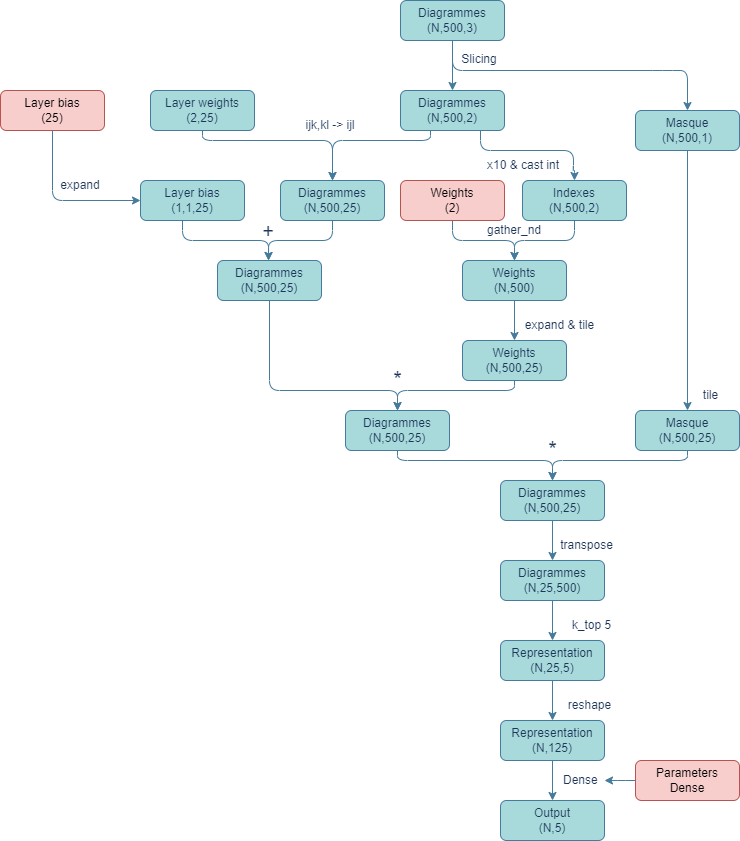
This is images/perslayModelOrbits.png from florandefossez/TDA_project, a draw.io export, as it was before one commit. Source tidied: cells renumbered, new cells last; positions are measured from the earlier drawing's top-left corner, leaving out a move shared by most shapes.
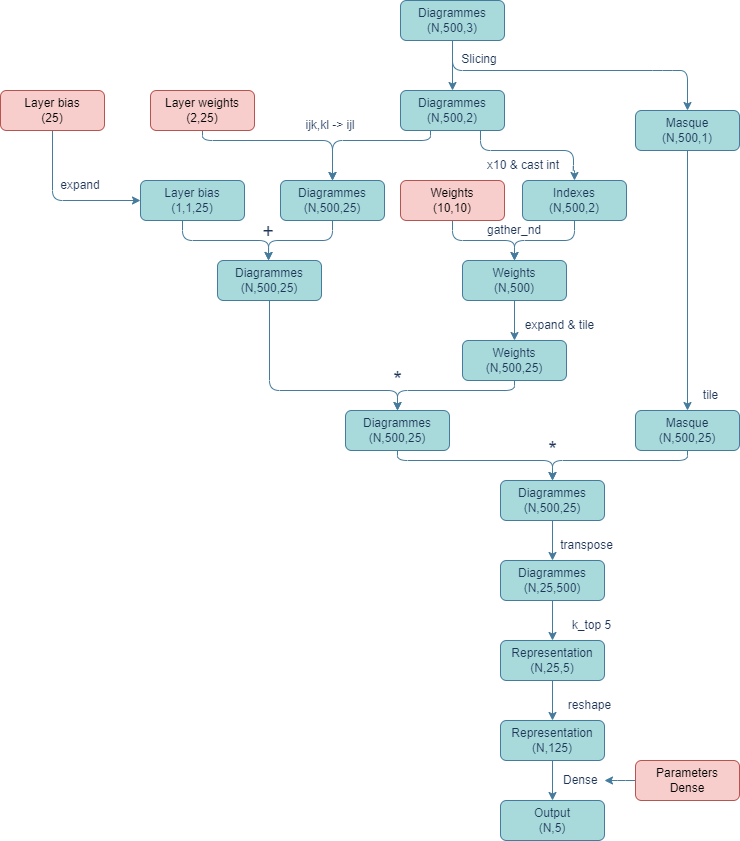
Above is the later version.

Commit message:
fix dimention in schema

Diff of the diagram source:
```diff
@@ -63,7 +63,7 @@
         </Array>
       </mxGeometry>
     </mxCell>
-    <mxCell id="15" value="Layer weights&lt;br&gt;(2,25)" style="rounded=1;whiteSpace=wrap;html=1;labelBackgroundColor=none;fillColor=#A8DADC;strokeColor=#457B9D;fontColor=#1D3557;" parent="1" vertex="1">
+    <mxCell id="15" value="Layer weights&lt;br&gt;(2,25)" style="rounded=1;whiteSpace=wrap;html=1;labelBackgroundColor=none;fillColor=#f8cecc;strokeColor=#b85450;" parent="1" vertex="1">
       <mxGeometry x="150" y="90" width="104" height="40" as="geometry" />
     </mxCell>
     <mxCell id="16" style="edgeStyle=orthogonalEdgeStyle;rounded=1;jettySize=auto;html=1;entryX=0;entryY=0.5;entryDx=0;entryDy=0;labelBackgroundColor=none;strokeColor=#457B9D;fontColor=default;" parent="1" edge="1" source="17" target="19">
@@ -112,7 +112,7 @@
     <mxCell id="24" style="edgeStyle=orthogonalEdgeStyle;rounded=1;jettySize=auto;html=1;entryX=0.5;entryY=0;entryDx=0;entryDy=0;labelBackgroundColor=none;strokeColor=#457B9D;fontColor=default;" parent="1" edge="1" source="25" target="27">
       <mxGeometry relative="1" as="geometry" />
     </mxCell>
-    <mxCell id="25" value="Weights&lt;br&gt;(2)" style="rounded=1;whiteSpace=wrap;html=1;fillColor=#f8cecc;strokeColor=#b85450;labelBackgroundColor=none;" parent="1" vertex="1">
+    <mxCell id="25" value="Weights&lt;br&gt;(10,10)" style="rounded=1;whiteSpace=wrap;html=1;fillColor=#f8cecc;strokeColor=#b85450;labelBackgroundColor=none;" parent="1" vertex="1">
       <mxGeometry x="400" y="180" width="104" height="40" as="geometry" />
     </mxCell>
     <mxCell id="26" style="edgeStyle=orthogonalEdgeStyle;rounded=1;jettySize=auto;html=1;entryX=0.5;entryY=0;entryDx=0;entryDy=0;labelBackgroundColor=none;strokeColor=#457B9D;fontColor=default;" parent="1" edge="1" source="27" target="29">
```
